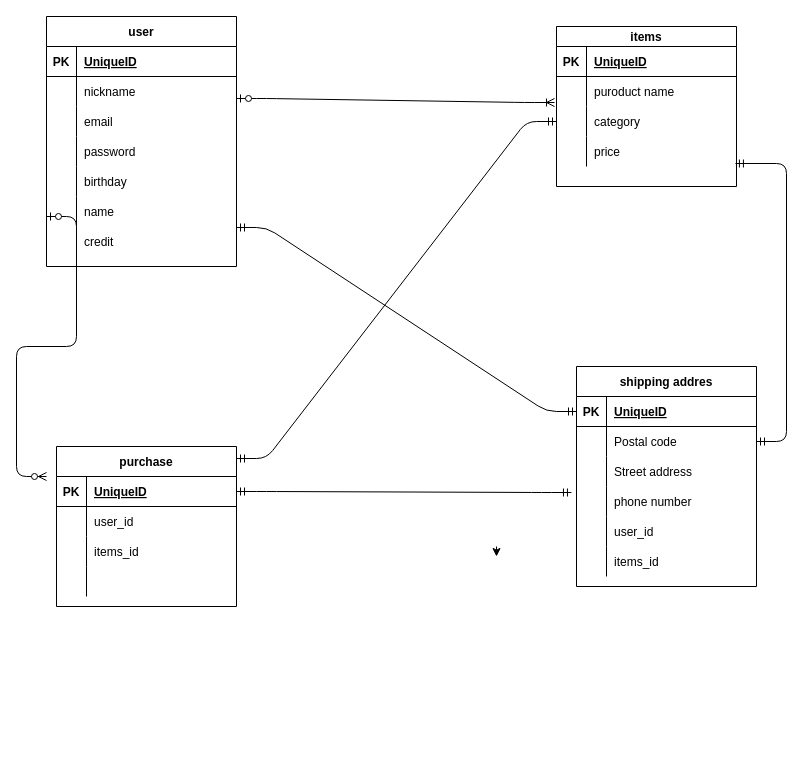
Above: test.dio in nakayamagenta/furima-35055 (draw.io), before the change. Source tidied: cells renumbered, new cells numbered last; positions are measured from the earlier drawing's top-left corner, leaving out a move shared by most shapes. Both pictures are drawn from the tidied source at 100%, with x=0, y=0 at pixel (46, 16).
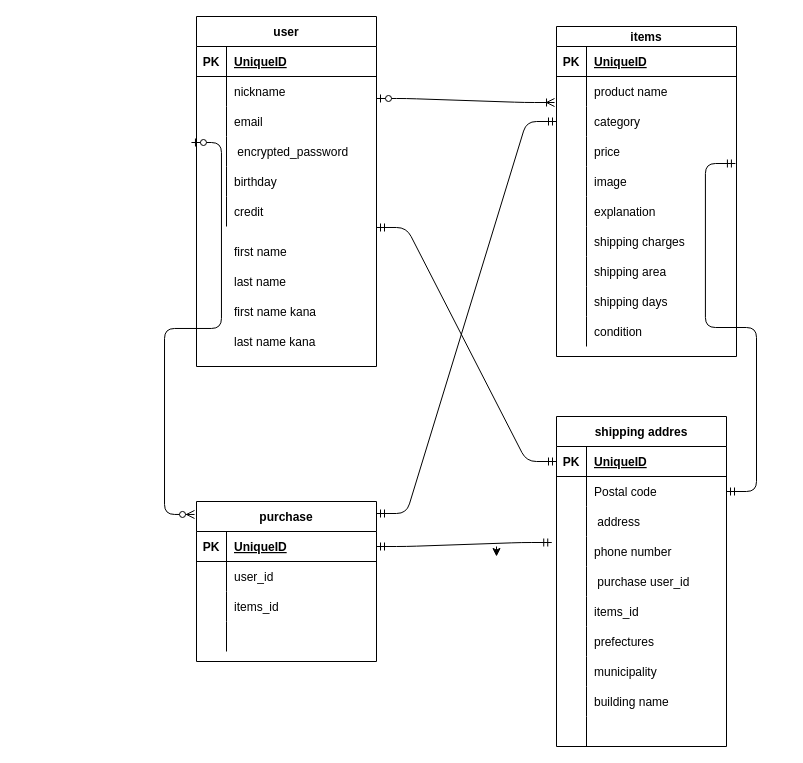
Above is the later version.

Commit message (it also covers changes not shown here):
データベース設計の確認の修正

The change refers to these unchanged cells:
```xml
<mxCell id="6" style="shape=partialRectangle;fillColor=none;top=0;left=0;bottom=0;right=0;points=[[0,0.5],[1,0.5]];portConstraint=eastwest;" parent="2" vertex="1">
  <mxGeometry y="50" width="180" height="30" as="geometry" />
</mxCell>
<mxCell id="68" style="shape=partialRectangle;fillColor=none;top=0;left=0;bottom=0;right=0;" parent="1" vertex="1">
  <mxGeometry y="210" width="180" height="30" as="geometry" />
</mxCell>
```

What changed in the source:
```diff
@@
     <mxCell id="2" value="items" style="shape=table;startSize=20;childLayout=tableLayout;rowLines=0;fontStyle=1;align=center;" parent="1" vertex="1">
-      <mxGeometry x="510" y="10" width="180" height="160" as="geometry" />
+      <mxGeometry x="510" y="10" width="180" height="330" as="geometry" />
     </mxCell>
@@
-    <mxCell id="8" value="puroduct name" style="shape=partialRectangle;fillColor=none;top=0;left=0;bottom=0;right=0;align=left;spacingLeft=6;overflow=hidden;" parent="6" vertex="1">
+    <mxCell id="8" value="product name" style="shape=partialRectangle;fillColor=none;top=0;left=0;bottom=0;right=0;align=left;spacingLeft=6;overflow=hidden;" parent="6" vertex="1">
       <mxGeometry x="30" width="150" height="30" as="geometry" />
     </mxCell>
@@
+    <mxCell id="76" style="shape=partialRectangle;fillColor=none;top=0;left=0;bottom=0;right=0;" parent="2" vertex="1">
+      <mxGeometry y="140" width="180" height="30" as="geometry" />
+    </mxCell>
+    <mxCell id="77" style="shape=partialRectangle;fillColor=none;top=0;left=0;bottom=0;right=0;overflow=hidden;" parent="76" vertex="1">
+      <mxGeometry width="30" height="30" as="geometry" />
+    </mxCell>
+    <mxCell id="78" value="image" style="shape=partialRectangle;fillColor=none;top=0;left=0;bottom=0;right=0;align=left;spacingLeft=6;overflow=hidden;" parent="76" vertex="1">
+      <mxGeometry x="30" width="150" height="30" as="geometry" />
+    </mxCell>
+    <mxCell id="79" style="shape=partialRectangle;fillColor=none;top=0;left=0;bottom=0;right=0;" parent="2" vertex="1">
+      <mxGeometry y="170" width="180" height="30" as="geometry" />
+    </mxCell>
+    <mxCell id="80" style="shape=partialRectangle;fillColor=none;top=0;left=0;bottom=0;right=0;overflow=hidden;" parent="79" vertex="1">
+      <mxGeometry width="30" height="30" as="geometry" />
+    </mxCell>
+    <mxCell id="81" value="explanation" style="shape=partialRectangle;fillColor=none;top=0;left=0;bottom=0;right=0;align=left;spacingLeft=6;overflow=hidden;" parent="79" vertex="1">
+      <mxGeometry x="30" width="150" height="30" as="geometry" />
+    </mxCell>
+    <mxCell id="82" style="shape=partialRectangle;fillColor=none;top=0;left=0;bottom=0;right=0;" parent="2" vertex="1">
+      <mxGeometry y="200" width="180" height="30" as="geometry" />
+    </mxCell>
+    <mxCell id="83" style="shape=partialRectangle;fillColor=none;top=0;left=0;bottom=0;right=0;overflow=hidden;" parent="82" vertex="1">
+      <mxGeometry width="30" height="30" as="geometry" />
+    </mxCell>
+    <mxCell id="84" value="shipping charges" style="shape=partialRectangle;fillColor=none;top=0;left=0;bottom=0;right=0;align=left;spacingLeft=6;overflow=hidden;" parent="82" vertex="1">
+      <mxGeometry x="30" width="150" height="30" as="geometry" />
+    </mxCell>
+    <mxCell id="85" style="shape=partialRectangle;fillColor=none;top=0;left=0;bottom=0;right=0;" parent="2" vertex="1">
+      <mxGeometry y="230" width="180" height="30" as="geometry" />
+    </mxCell>
+    <mxCell id="86" style="shape=partialRectangle;fillColor=none;top=0;left=0;bottom=0;right=0;overflow=hidden;" parent="85" vertex="1">
+      <mxGeometry width="30" height="30" as="geometry" />
+    </mxCell>
+    <mxCell id="87" value="shipping area" style="shape=partialRectangle;fillColor=none;top=0;left=0;bottom=0;right=0;align=left;spacingLeft=6;overflow=hidden;" parent="85" vertex="1">
+      <mxGeometry x="30" width="150" height="30" as="geometry" />
+    </mxCell>
+    <mxCell id="88" style="shape=partialRectangle;fillColor=none;top=0;left=0;bottom=0;right=0;" parent="2" vertex="1">
+      <mxGeometry y="260" width="180" height="30" as="geometry" />
+    </mxCell>
+    <mxCell id="89" style="shape=partialRectangle;fillColor=none;top=0;left=0;bottom=0;right=0;overflow=hidden;" parent="88" vertex="1">
+      <mxGeometry width="30" height="30" as="geometry" />
+    </mxCell>
+    <mxCell id="90" value="shipping days" style="shape=partialRectangle;fillColor=none;top=0;left=0;bottom=0;right=0;align=left;spacingLeft=6;overflow=hidden;" parent="88" vertex="1">
+      <mxGeometry x="30" width="150" height="30" as="geometry" />
+    </mxCell>
+    <mxCell id="91" style="shape=partialRectangle;fillColor=none;top=0;left=0;bottom=0;right=0;" parent="2" vertex="1">
+      <mxGeometry y="290" width="180" height="30" as="geometry" />
+    </mxCell>
+    <mxCell id="92" style="shape=partialRectangle;fillColor=none;top=0;left=0;bottom=0;right=0;overflow=hidden;" parent="91" vertex="1">
+      <mxGeometry width="30" height="30" as="geometry" />
+    </mxCell>
+    <mxCell id="93" value="condition" style="shape=partialRectangle;fillColor=none;top=0;left=0;bottom=0;right=0;align=left;spacingLeft=6;overflow=hidden;" parent="91" vertex="1">
+      <mxGeometry x="30" width="150" height="30" as="geometry" />
+    </mxCell>
     <mxCell id="15" value="purchase" style="shape=table;startSize=30;childLayout=tableLayout;rowLines=0;fontStyle=1;align=center;" parent="1" vertex="1">
-      <mxGeometry x="10" y="430" width="180" height="160" as="geometry" />
+      <mxGeometry x="150" y="485" width="180" height="160" as="geometry" />
     </mxCell>
@@
     <mxCell id="28" value="shipping addres" style="shape=table;startSize=30;childLayout=tableLayout;rowLines=0;fontStyle=1;align=center;" parent="1" vertex="1">
-      <mxGeometry x="530" y="350" width="180" height="220" as="geometry" />
+      <mxGeometry x="510" y="400" width="170" height="330" as="geometry" />
     </mxCell>
     <mxCell id="29" style="shape=partialRectangle;fillColor=none;top=0;left=0;bottom=1;right=0;points=[[0,0.5],[1,0.5]];portConstraint=eastwest;" parent="28" vertex="1">
-      <mxGeometry y="30" width="180" height="30" as="geometry" />
+      <mxGeometry y="30" width="170" height="30" as="geometry" />
     </mxCell>
@@
     <mxCell id="31" value="UniqueID" style="shape=partialRectangle;fillColor=none;top=0;left=0;bottom=0;right=0;align=left;spacingLeft=6;fontStyle=5;overflow=hidden;" parent="29" vertex="1">
-      <mxGeometry x="30" width="150" height="30" as="geometry" />
+      <mxGeometry x="30" width="140" height="30" as="geometry" />
     </mxCell>
     <mxCell id="32" style="shape=partialRectangle;fillColor=none;top=0;left=0;bottom=0;right=0;points=[[0,0.5],[1,0.5]];portConstraint=eastwest;" parent="28" vertex="1">
-      <mxGeometry y="60" width="180" height="30" as="geometry" />
+      <mxGeometry y="60" width="170" height="30" as="geometry" />
     </mxCell>
@@
     <mxCell id="34" value="Postal code" style="shape=partialRectangle;fillColor=none;top=0;left=0;bottom=0;right=0;align=left;spacingLeft=6;overflow=hidden;" parent="32" vertex="1">
-      <mxGeometry x="30" width="150" height="30" as="geometry" />
+      <mxGeometry x="30" width="140" height="30" as="geometry" />
     </mxCell>
     <mxCell id="35" style="shape=partialRectangle;fillColor=none;top=0;left=0;bottom=0;right=0;" parent="28" vertex="1">
-      <mxGeometry y="90" width="180" height="30" as="geometry" />
+      <mxGeometry y="90" width="170" height="30" as="geometry" />
     </mxCell>
@@
-    <mxCell id="37" value="Street address" style="shape=partialRectangle;fillColor=none;top=0;left=0;bottom=0;right=0;align=left;spacingLeft=6;overflow=hidden;" parent="35" vertex="1">
-      <mxGeometry x="30" width="150" height="30" as="geometry" />
+    <mxCell id="37" value=" address" style="shape=partialRectangle;fillColor=none;top=0;left=0;bottom=0;right=0;align=left;spacingLeft=6;overflow=hidden;" parent="35" vertex="1">
+      <mxGeometry x="30" width="140" height="30" as="geometry" />
     </mxCell>
     <mxCell id="38" style="shape=partialRectangle;fillColor=none;top=0;left=0;bottom=0;right=0;points=[[0,0.5],[1,0.5]];portConstraint=eastwest;" parent="28" vertex="1">
-      <mxGeometry y="120" width="180" height="30" as="geometry" />
+      <mxGeometry y="120" width="170" height="30" as="geometry" />
     </mxCell>
@@
     <mxCell id="40" value="phone number" style="shape=partialRectangle;fillColor=none;top=0;left=0;bottom=0;right=0;align=left;spacingLeft=6;overflow=hidden;" parent="38" vertex="1">
-      <mxGeometry x="30" width="150" height="30" as="geometry" />
+      <mxGeometry x="30" width="140" height="30" as="geometry" />
     </mxCell>
     <mxCell id="41" style="shape=partialRectangle;fillColor=none;top=0;left=0;bottom=0;right=0;" parent="28" vertex="1">
-      <mxGeometry y="150" width="180" height="30" as="geometry" />
+      <mxGeometry y="150" width="170" height="30" as="geometry" />
     </mxCell>
@@
-    <mxCell id="43" value="user_id" style="shape=partialRectangle;fillColor=none;top=0;left=0;bottom=0;right=0;align=left;spacingLeft=6;overflow=hidden;" parent="41" vertex="1">
-      <mxGeometry x="30" width="150" height="30" as="geometry" />
+    <mxCell id="43" value=" purchase user_id" style="shape=partialRectangle;fillColor=none;top=0;left=0;bottom=0;right=0;align=left;spacingLeft=6;overflow=hidden;" parent="41" vertex="1">
+      <mxGeometry x="30" width="140" height="30" as="geometry" />
     </mxCell>
     <mxCell id="44" style="shape=partialRectangle;fillColor=none;top=0;left=0;bottom=0;right=0;" parent="28" vertex="1">
-      <mxGeometry y="180" width="180" height="30" as="geometry" />
+      <mxGeometry y="180" width="170" height="30" as="geometry" />
     </mxCell>
@@
     <mxCell id="46" value="items_id" style="shape=partialRectangle;fillColor=none;top=0;left=0;bottom=0;right=0;align=left;spacingLeft=6;overflow=hidden;" parent="44" vertex="1">
-      <mxGeometry x="30" width="150" height="30" as="geometry" />
+      <mxGeometry x="30" width="140" height="30" as="geometry" />
     </mxCell>
+    <mxCell id="94" style="shape=partialRectangle;fillColor=none;top=0;left=0;bottom=0;right=0;" parent="28" vertex="1">
+      <mxGeometry y="210" width="170" height="30" as="geometry" />
+    </mxCell>
+    <mxCell id="95" style="shape=partialRectangle;fillColor=none;top=0;left=0;bottom=0;right=0;overflow=hidden;" parent="94" vertex="1">
+      <mxGeometry width="30" height="30" as="geometry" />
+    </mxCell>
+    <mxCell id="96" value="prefectures" style="shape=partialRectangle;fillColor=none;top=0;left=0;bottom=0;right=0;align=left;spacingLeft=6;overflow=hidden;" parent="94" vertex="1">
+      <mxGeometry x="30" width="140" height="30" as="geometry" />
+    </mxCell>
+    <mxCell id="97" style="shape=partialRectangle;fillColor=none;top=0;left=0;bottom=0;right=0;" parent="28" vertex="1">
+      <mxGeometry y="240" width="170" height="30" as="geometry" />
+    </mxCell>
+    <mxCell id="98" style="shape=partialRectangle;fillColor=none;top=0;left=0;bottom=0;right=0;overflow=hidden;" parent="97" vertex="1">
+      <mxGeometry width="30" height="30" as="geometry" />
+    </mxCell>
+    <mxCell id="99" value="municipality" style="shape=partialRectangle;fillColor=none;top=0;left=0;bottom=0;right=0;align=left;spacingLeft=6;overflow=hidden;" parent="97" vertex="1">
+      <mxGeometry x="30" width="140" height="30" as="geometry" />
+    </mxCell>
+    <mxCell id="100" style="shape=partialRectangle;fillColor=none;top=0;left=0;bottom=0;right=0;" parent="28" vertex="1">
+      <mxGeometry y="270" width="170" height="30" as="geometry" />
+    </mxCell>
+    <mxCell id="101" style="shape=partialRectangle;fillColor=none;top=0;left=0;bottom=0;right=0;overflow=hidden;" parent="100" vertex="1">
+      <mxGeometry width="30" height="30" as="geometry" />
+    </mxCell>
+    <mxCell id="102" value="building name" style="shape=partialRectangle;fillColor=none;top=0;left=0;bottom=0;right=0;align=left;spacingLeft=6;overflow=hidden;" parent="100" vertex="1">
+      <mxGeometry x="30" width="140" height="30" as="geometry" />
+    </mxCell>
+    <mxCell id="103" style="shape=partialRectangle;fillColor=none;top=0;left=0;bottom=0;right=0;" parent="28" vertex="1">
+      <mxGeometry y="300" width="170" height="30" as="geometry" />
+    </mxCell>
+    <mxCell id="104" style="shape=partialRectangle;fillColor=none;top=0;left=0;bottom=0;right=0;overflow=hidden;" parent="103" vertex="1">
+      <mxGeometry width="30" height="30" as="geometry" />
+    </mxCell>
+    <mxCell id="105" style="shape=partialRectangle;fillColor=none;top=0;left=0;bottom=0;right=0;align=left;spacingLeft=6;overflow=hidden;" parent="103" vertex="1">
+      <mxGeometry x="30" width="140" height="30" as="geometry" />
+    </mxCell>
     <mxCell id="47" value="user" style="shape=table;startSize=30;childLayout=tableLayout;rowLines=0;fontStyle=1;align=center;" parent="1" vertex="1">
-      <mxGeometry width="190" height="250" as="geometry" />
+      <mxGeometry x="150" width="180" height="350" as="geometry" />
     </mxCell>
     <mxCell id="48" style="shape=partialRectangle;fillColor=none;top=0;left=0;bottom=1;right=0;" parent="47" vertex="1">
-      <mxGeometry y="30" width="190" height="30" as="geometry" />
+      <mxGeometry y="30" width="180" height="30" as="geometry" />
     </mxCell>
@@
     <mxCell id="50" value="UniqueID" style="shape=partialRectangle;fillColor=none;top=0;left=0;bottom=0;right=0;align=left;spacingLeft=6;fontStyle=5;overflow=hidden;" parent="48" vertex="1">
-      <mxGeometry x="30" width="160" height="30" as="geometry" />
+      <mxGeometry x="30" width="150" height="30" as="geometry" />
     </mxCell>
     <mxCell id="51" style="shape=partialRectangle;fillColor=none;top=0;left=0;bottom=0;right=0;points=[[0,0.5],[1,0.5]];portConstraint=eastwest;" parent="47" vertex="1">
-      <mxGeometry y="60" width="190" height="30" as="geometry" />
+      <mxGeometry y="60" width="180" height="30" as="geometry" />
     </mxCell>
@@
     <mxCell id="53" value="nickname" style="shape=partialRectangle;fillColor=none;top=0;left=0;bottom=0;right=0;align=left;spacingLeft=6;overflow=hidden;" parent="51" vertex="1">
-      <mxGeometry x="30" width="160" height="30" as="geometry" />
+      <mxGeometry x="30" width="150" height="30" as="geometry" />
     </mxCell>
     <mxCell id="54" style="shape=partialRectangle;fillColor=none;top=0;left=0;bottom=0;right=0;" parent="47" vertex="1">
-      <mxGeometry y="90" width="190" height="30" as="geometry" />
+      <mxGeometry y="90" width="180" height="30" as="geometry" />
     </mxCell>
@@
     <mxCell id="56" value="email" style="shape=partialRectangle;fillColor=none;top=0;left=0;bottom=0;right=0;align=left;spacingLeft=6;overflow=hidden;" parent="54" vertex="1">
-      <mxGeometry x="30" width="160" height="30" as="geometry" />
+      <mxGeometry x="30" width="150" height="30" as="geometry" />
     </mxCell>
     <mxCell id="57" style="shape=partialRectangle;fillColor=none;top=0;left=0;bottom=0;right=0;points=[[0,0.5],[1,0.5]];portConstraint=eastwest;" parent="47" vertex="1">
-      <mxGeometry y="120" width="190" height="30" as="geometry" />
+      <mxGeometry y="120" width="180" height="30" as="geometry" />
     </mxCell>
@@
-    <mxCell id="59" value="password" style="shape=partialRectangle;fillColor=none;top=0;left=0;bottom=0;right=0;align=left;spacingLeft=6;overflow=hidden;" parent="57" vertex="1">
-      <mxGeometry x="30" width="160" height="30" as="geometry" />
+    <mxCell id="59" value=" encrypted_password" style="shape=partialRectangle;fillColor=none;top=0;left=0;bottom=0;right=0;align=left;spacingLeft=6;overflow=hidden;" parent="57" vertex="1">
+      <mxGeometry x="30" width="150" height="30" as="geometry" />
     </mxCell>
     <mxCell id="60" style="shape=partialRectangle;fillColor=none;top=0;left=0;bottom=0;right=0;" parent="47" vertex="1">
-      <mxGeometry y="150" width="190" height="30" as="geometry" />
+      <mxGeometry y="150" width="180" height="30" as="geometry" />
     </mxCell>
@@
     <mxCell id="62" value="birthday" style="shape=partialRectangle;fillColor=none;top=0;left=0;bottom=0;right=0;align=left;spacingLeft=6;overflow=hidden;" parent="60" vertex="1">
-      <mxGeometry x="30" width="160" height="30" as="geometry" />
+      <mxGeometry x="30" width="150" height="30" as="geometry" />
     </mxCell>
     <mxCell id="63" style="shape=partialRectangle;fillColor=none;top=0;left=0;bottom=0;right=0;points=[[0,0.5],[1,0.5]];portConstraint=eastwest;" parent="47" vertex="1">
-      <mxGeometry y="180" width="190" height="30" as="geometry" />
+      <mxGeometry y="180" width="180" height="30" as="geometry" />
     </mxCell>
@@
-    <mxCell id="65" value="name" style="shape=partialRectangle;fillColor=none;top=0;left=0;bottom=0;right=0;align=left;spacingLeft=6;overflow=hidden;" parent="63" vertex="1">
-      <mxGeometry x="30" width="160" height="30" as="geometry" />
+    <mxCell id="65" style="shape=partialRectangle;fillColor=none;top=0;left=0;bottom=0;right=0;align=left;spacingLeft=6;overflow=hidden;" parent="63" vertex="1">
+      <mxGeometry x="30" width="150" height="30" as="geometry" />
     </mxCell>
@@
-    <mxCell id="70" value="credit" style="shape=partialRectangle;fillColor=none;top=0;left=0;bottom=0;right=0;align=left;spacingLeft=6;overflow=hidden;" parent="68" vertex="1">
-      <mxGeometry x="30" width="150" height="30" as="geometry" />
-    </mxCell>
-    <mxCell id="71" style="edgeStyle=entityRelationEdgeStyle;fontSize=12;html=1;endArrow=ERzeroToMany;startArrow=ERzeroToOne;" parent="1" edge="1">
-      <mxGeometry relative="1" as="geometry">
-        <mxPoint y="200" as="sourcePoint" />
-        <mxPoint y="460" as="targetPoint" />
-      </mxGeometry>
+    <mxCell id="71" style="edgeStyle=entityRelationEdgeStyle;fontSize=12;html=1;endArrow=ERzeroToMany;startArrow=ERzeroToOne;entryX=-0.011;entryY=0.081;entryDx=0;entryDy=0;entryPerimeter=0;exitX=-0.028;exitY=0.2;exitDx=0;exitDy=0;exitPerimeter=0;" parent="1" edge="1" source="57" target="15">
+      <mxGeometry relative="1" as="geometry" />
     </mxCell>
@@
+    <mxCell id="70" value="credit" style="shape=partialRectangle;fillColor=none;top=0;left=0;bottom=0;right=0;align=left;spacingLeft=6;overflow=hidden;" parent="1" vertex="1">
+      <mxGeometry x="180" y="180" width="150" height="30" as="geometry" />
+    </mxCell>
+    <mxCell id="106" value="first name" style="shape=partialRectangle;fillColor=none;top=0;left=0;bottom=0;right=0;align=left;spacingLeft=6;overflow=hidden;" parent="1" vertex="1">
+      <mxGeometry x="180" y="220" width="150" height="30" as="geometry" />
+    </mxCell>
+    <mxCell id="107" value="last name" style="shape=partialRectangle;fillColor=none;top=0;left=0;bottom=0;right=0;align=left;spacingLeft=6;overflow=hidden;" parent="1" vertex="1">
+      <mxGeometry x="180" y="250" width="150" height="30" as="geometry" />
+    </mxCell>
+    <mxCell id="108" value="last name kana" style="shape=partialRectangle;fillColor=none;top=0;left=0;bottom=0;right=0;align=left;spacingLeft=6;overflow=hidden;" parent="1" vertex="1">
+      <mxGeometry x="180" y="310" width="150" height="30" as="geometry" />
+    </mxCell>
+    <mxCell id="109" value="first name kana" style="shape=partialRectangle;fillColor=none;top=0;left=0;bottom=0;right=0;align=left;spacingLeft=6;overflow=hidden;" parent="1" vertex="1">
+      <mxGeometry x="180" y="280" width="150" height="30" as="geometry" />
+    </mxCell>
```
